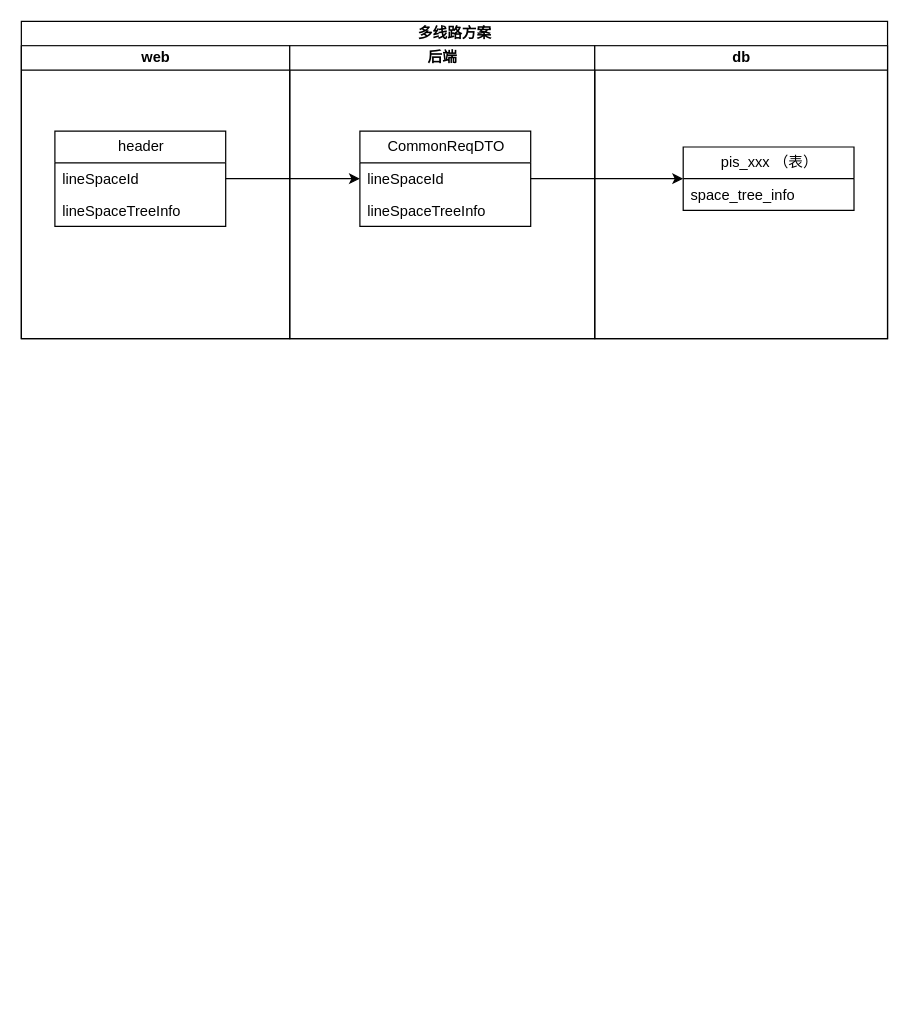
The draw.io diagram yzs/PIS服务器部署.drawio in yanglei1992/documents, before the edit. Source tidied: cells renumbered, new cells numbered last; positions are measured from the earlier drawing's top-left corner, leaving out a move shared by most shapes. Both pictures are drawn from the tidied source at 122%, with x=0, y=0 at pixel (21, 21).
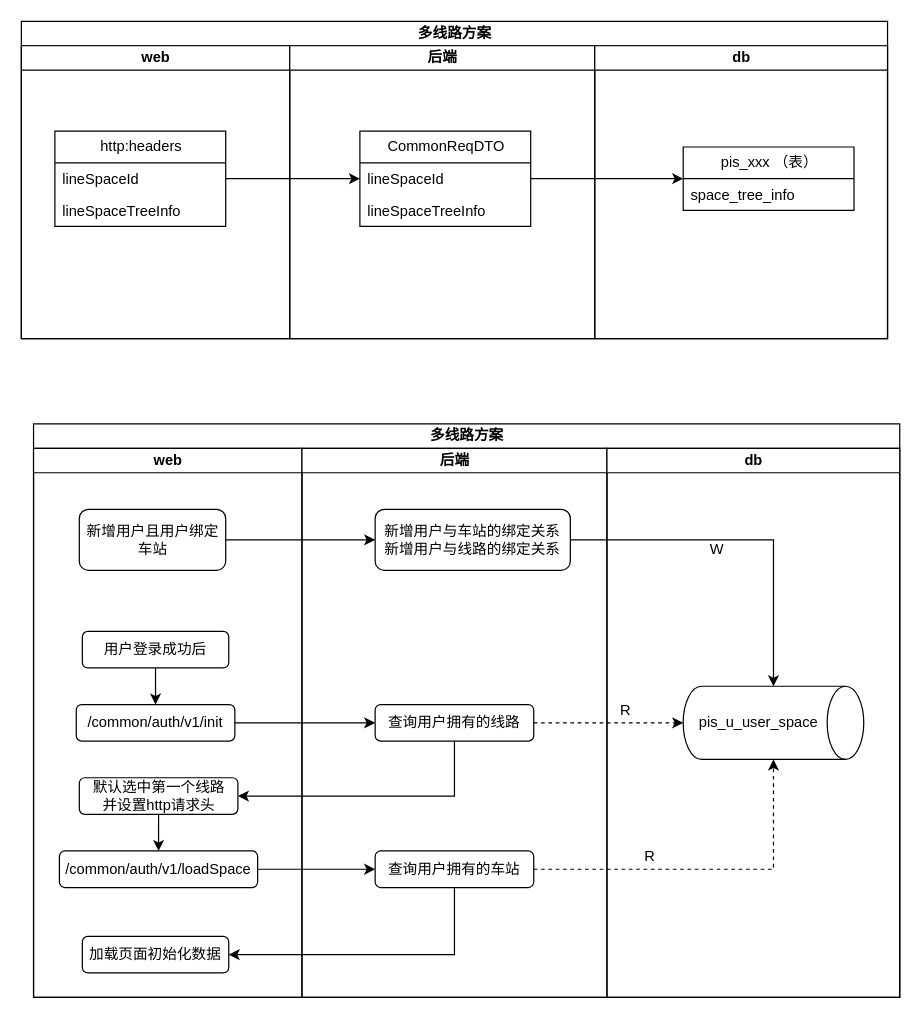
Above is the later version.

Commit message (it also covers changes not shown here):
更新PIS服务器部署.drawio

Unchanged cells that the change refers to:
```xml
<mxCell id="3" value="web" style="swimlane;startSize=20;html=1;" parent="2" vertex="1">
  <mxGeometry y="20" width="220" height="240" as="geometry" />
</mxCell>
```

Change to the diagram source:
```diff
@@
-    <mxCell id="4" value="header" style="swimlane;fontStyle=0;horizontal=1;startSize=26;fillColor=none;html=1;" parent="3" vertex="1">
+    <mxCell id="4" value="http:headers" style="swimlane;fontStyle=0;horizontal=1;startSize=26;fillColor=none;html=1;" parent="3" vertex="1">
       <mxGeometry x="27.5" y="70" width="140" height="78" as="geometry" />
     </mxCell>
@@
+    <mxCell id="16" value="多线路方案" style="swimlane;startSize=20;html=1;" parent="1" vertex="1">
+      <mxGeometry x="10" y="330" width="710" height="470" as="geometry" />
+    </mxCell>
+    <mxCell id="17" value="web" style="swimlane;startSize=20;html=1;" parent="16" vertex="1">
+      <mxGeometry y="20" width="220" height="450" as="geometry" />
+    </mxCell>
+    <mxCell id="18" value="新增用户且用户绑定车站" style="rounded=1;whiteSpace=wrap;html=1;" parent="17" vertex="1">
+      <mxGeometry x="37.5" y="50" width="120" height="50" as="geometry" />
+    </mxCell>
+    <mxCell id="19" style="edgeStyle=orthogonalEdgeStyle;rounded=0;jettySize=auto;html=1;exitX=0.5;exitY=1;exitDx=0;exitDy=0;entryX=0.5;entryY=0;entryDx=0;entryDy=0;fontFamily=Helvetica;fontSize=12;fontColor=default;" parent="17" edge="1" source="20" target="21">
+      <mxGeometry relative="1" as="geometry" />
+    </mxCell>
+    <mxCell id="20" value="用户登录成功后" style="rounded=1;whiteSpace=wrap;html=1;strokeColor=default;fontFamily=Helvetica;fontSize=12;fontColor=default;fillColor=default;" parent="17" vertex="1">
+      <mxGeometry x="40" y="150" width="120" height="30" as="geometry" />
+    </mxCell>
+    <mxCell id="21" value="/common/auth/v1/init" style="rounded=1;whiteSpace=wrap;html=1;strokeColor=default;fontFamily=Helvetica;fontSize=12;fontColor=default;fillColor=default;" parent="17" vertex="1">
+      <mxGeometry x="35" y="210" width="130" height="30" as="geometry" />
+    </mxCell>
+    <mxCell id="22" value="/common/auth/v1/loadSpace" style="rounded=1;whiteSpace=wrap;html=1;strokeColor=default;fontFamily=Helvetica;fontSize=12;fontColor=default;fillColor=default;" parent="17" vertex="1">
+      <mxGeometry x="21.2" y="330" width="162.5" height="30" as="geometry" />
+    </mxCell>
+    <mxCell id="23" style="edgeStyle=orthogonalEdgeStyle;rounded=0;jettySize=auto;html=1;exitX=0.5;exitY=1;exitDx=0;exitDy=0;entryX=0.5;entryY=0;entryDx=0;entryDy=0;fontFamily=Helvetica;fontSize=12;fontColor=default;" parent="17" edge="1" source="24" target="22">
+      <mxGeometry relative="1" as="geometry" />
+    </mxCell>
+    <mxCell id="24" value="默认选中第一个线路&lt;br&gt;并设置http请求头" style="rounded=1;whiteSpace=wrap;html=1;strokeColor=default;fontFamily=Helvetica;fontSize=12;fontColor=default;fillColor=default;" parent="17" vertex="1">
+      <mxGeometry x="37.5" y="270" width="130" height="30" as="geometry" />
+    </mxCell>
+    <mxCell id="25" value="加载页面初始化数据" style="rounded=1;whiteSpace=wrap;html=1;strokeColor=default;fontFamily=Helvetica;fontSize=12;fontColor=default;fillColor=default;" parent="17" vertex="1">
+      <mxGeometry x="40" y="400" width="120" height="30" as="geometry" />
+    </mxCell>
+    <mxCell id="26" value="后端" style="swimlane;startSize=20;html=1;" parent="16" vertex="1">
+      <mxGeometry x="220" y="20" width="250" height="450" as="geometry" />
+    </mxCell>
+    <mxCell id="27" value="新增用户与车站的绑定关系&lt;br&gt;新增用户与线路的绑定关系" style="rounded=1;whiteSpace=wrap;html=1;" parent="26" vertex="1">
+      <mxGeometry x="60" y="50" width="160" height="50" as="geometry" />
+    </mxCell>
+    <mxCell id="28" value="查询用户拥有的线路" style="rounded=1;whiteSpace=wrap;html=1;strokeColor=default;fontFamily=Helvetica;fontSize=12;fontColor=default;fillColor=default;" parent="26" vertex="1">
+      <mxGeometry x="60" y="210" width="130" height="30" as="geometry" />
+    </mxCell>
+    <mxCell id="29" value="查询用户拥有的车站" style="rounded=1;whiteSpace=wrap;html=1;strokeColor=default;fontFamily=Helvetica;fontSize=12;fontColor=default;fillColor=default;" parent="26" vertex="1">
+      <mxGeometry x="60" y="330" width="130" height="30" as="geometry" />
+    </mxCell>
+    <mxCell id="30" value="db" style="swimlane;startSize=20;html=1;" parent="16" vertex="1">
+      <mxGeometry x="470" y="20" width="240" height="450" as="geometry" />
+    </mxCell>
+    <mxCell id="31" value="pis_u_user_space" style="shape=cylinder3;whiteSpace=wrap;html=1;boundedLbl=1;backgroundOutline=1;size=15;strokeColor=default;fontFamily=Helvetica;fontSize=12;fontColor=default;fillColor=default;direction=south;" parent="30" vertex="1">
+      <mxGeometry x="62.5" y="195" width="148" height="60" as="geometry" />
+    </mxCell>
+    <mxCell id="32" value="R" style="text;html=1;align=center;verticalAlign=middle;strokeColor=none;fillColor=none;fontSize=12;fontFamily=Helvetica;fontColor=default;" parent="30" vertex="1">
+      <mxGeometry y="200" width="30" height="30" as="geometry" />
+    </mxCell>
+    <mxCell id="33" value="R" style="text;html=1;align=center;verticalAlign=middle;strokeColor=none;fillColor=none;fontSize=12;fontFamily=Helvetica;fontColor=default;" parent="30" vertex="1">
+      <mxGeometry x="20" y="320" width="30" height="30" as="geometry" />
+    </mxCell>
+    <mxCell id="34" style="edgeStyle=orthogonalEdgeStyle;rounded=0;jettySize=auto;html=1;exitX=1;exitY=0.5;exitDx=0;exitDy=0;" parent="16" edge="1" source="18" target="27">
+      <mxGeometry relative="1" as="geometry" />
+    </mxCell>
+    <mxCell id="35" style="edgeStyle=orthogonalEdgeStyle;rounded=0;jettySize=auto;html=1;exitX=1;exitY=0.5;exitDx=0;exitDy=0;fontFamily=Helvetica;fontSize=12;fontColor=default;" parent="16" edge="1" source="27" target="31">
+      <mxGeometry relative="1" as="geometry" />
+    </mxCell>
+    <mxCell id="36" style="edgeStyle=orthogonalEdgeStyle;rounded=0;jettySize=auto;html=1;exitX=1;exitY=0.5;exitDx=0;exitDy=0;fontFamily=Helvetica;fontSize=12;fontColor=default;" parent="16" edge="1" source="21" target="28">
+      <mxGeometry relative="1" as="geometry" />
+    </mxCell>
+    <mxCell id="37" style="edgeStyle=orthogonalEdgeStyle;rounded=0;jettySize=auto;html=1;exitX=1;exitY=0.5;exitDx=0;exitDy=0;entryX=0.5;entryY=1;entryDx=0;entryDy=0;entryPerimeter=0;fontFamily=Helvetica;fontSize=12;fontColor=default;dashed=1;" parent="16" edge="1" source="28" target="31">
+      <mxGeometry relative="1" as="geometry" />
+    </mxCell>
+    <mxCell id="38" style="edgeStyle=orthogonalEdgeStyle;rounded=0;jettySize=auto;html=1;exitX=0.5;exitY=1;exitDx=0;exitDy=0;entryX=1;entryY=0.5;entryDx=0;entryDy=0;fontFamily=Helvetica;fontSize=12;fontColor=default;" parent="16" edge="1" source="28" target="24">
+      <mxGeometry relative="1" as="geometry" />
+    </mxCell>
+    <mxCell id="39" style="edgeStyle=orthogonalEdgeStyle;rounded=0;jettySize=auto;html=1;exitX=1;exitY=0.5;exitDx=0;exitDy=0;entryX=0;entryY=0.5;entryDx=0;entryDy=0;fontFamily=Helvetica;fontSize=12;fontColor=default;" parent="16" edge="1" source="22" target="29">
+      <mxGeometry relative="1" as="geometry" />
+    </mxCell>
+    <mxCell id="40" style="edgeStyle=orthogonalEdgeStyle;rounded=0;jettySize=auto;html=1;exitX=1;exitY=0.5;exitDx=0;exitDy=0;entryX=1;entryY=0.5;entryDx=0;entryDy=0;entryPerimeter=0;fontFamily=Helvetica;fontSize=12;fontColor=default;dashed=1;" parent="16" edge="1" source="29" target="31">
+      <mxGeometry relative="1" as="geometry" />
+    </mxCell>
+    <mxCell id="41" style="edgeStyle=orthogonalEdgeStyle;rounded=0;jettySize=auto;html=1;exitX=0.5;exitY=1;exitDx=0;exitDy=0;entryX=1;entryY=0.5;entryDx=0;entryDy=0;fontFamily=Helvetica;fontSize=12;fontColor=default;" parent="16" edge="1" source="29" target="25">
+      <mxGeometry relative="1" as="geometry" />
+    </mxCell>
+    <mxCell id="42" value="W" style="text;html=1;align=center;verticalAlign=middle;strokeColor=none;fillColor=none;fontSize=12;fontFamily=Helvetica;fontColor=default;" parent="1" vertex="1">
+      <mxGeometry x="555" y="418" width="30" height="30" as="geometry" />
+    </mxCell>
```
